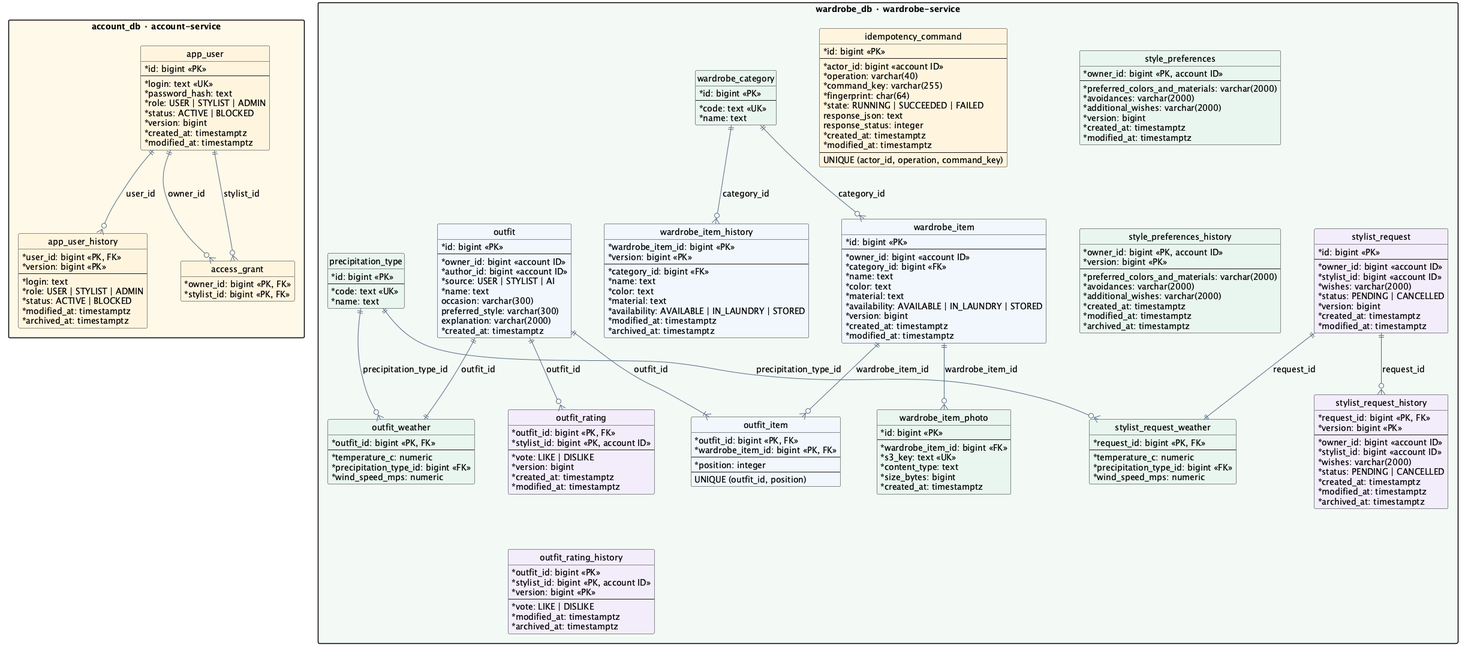
This is docs/lab2/diagrams/data.png from SimeonGor/clothes-advisor, a PlantUML export, as it was before one commit.
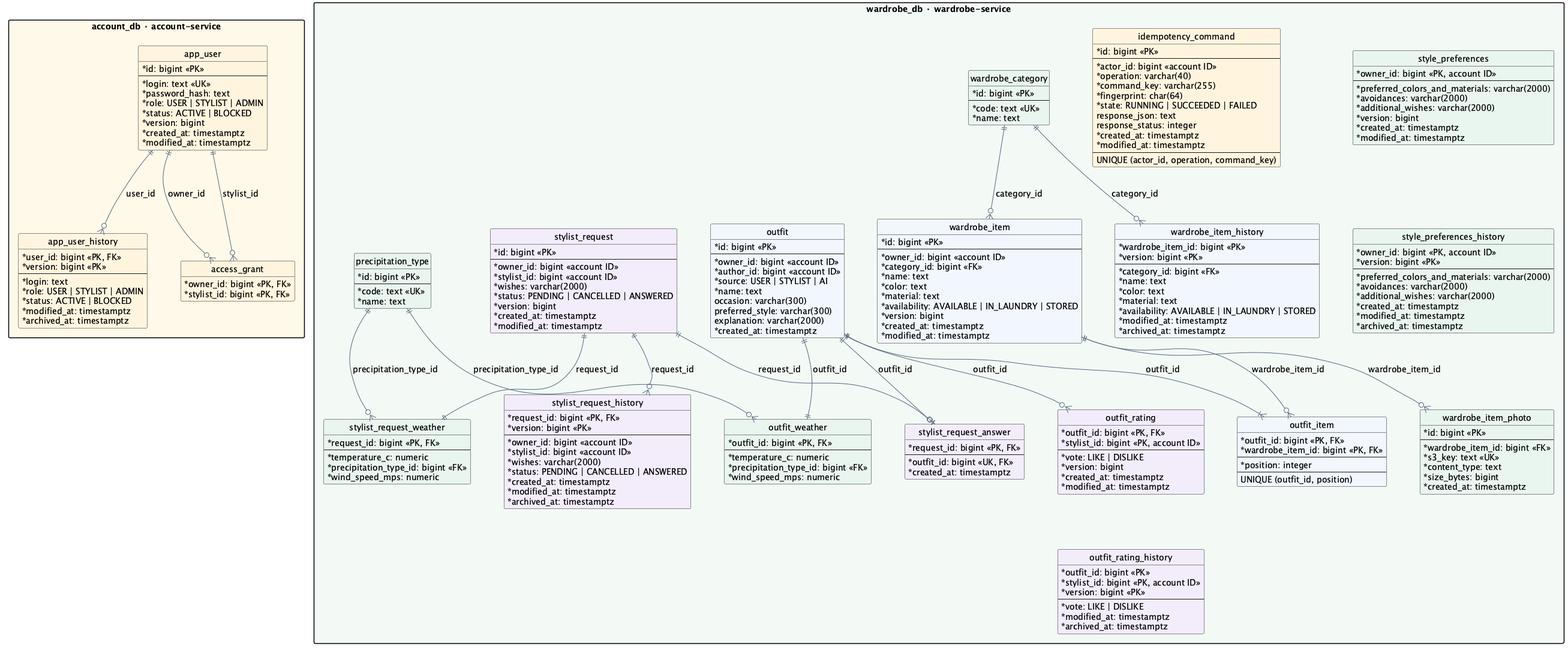
Later version of the same file.

Commit message:
docs(lab2): describe stylist answers and retained outfits

Change to the diagram source:
```diff
@@ -50,7 +50,7 @@
     * owner_id: bigint <<account ID>>
     * stylist_id: bigint <<account ID>>
     * wishes: varchar(2000)
-    * status: PENDING | CANCELLED
+    * status: PENDING | CANCELLED | ANSWERED
     * version: bigint
     * created_at: timestamptz
     * modified_at: timestamptz
@@ -69,10 +69,16 @@
     * owner_id: bigint <<account ID>>
     * stylist_id: bigint <<account ID>>
     * wishes: varchar(2000)
-    * status: PENDING | CANCELLED
+    * status: PENDING | CANCELLED | ANSWERED
     * created_at: timestamptz
     * modified_at: timestamptz
     * archived_at: timestamptz
+  }
+  entity "stylist_request_answer" as request_answer #F2EDFB {
+    * request_id: bigint <<PK, FK>>
+    --
+    * outfit_id: bigint <<UK, FK>>
+    * created_at: timestamptz
   }
   entity "style_preferences" as preferences #E8F5EF {
     * owner_id: bigint <<PK, account ID>>
@@ -211,6 +217,9 @@
   precipitation ||--o{ weather : precipitation_type_id
   stylist_request ||--|| request_weather : request_id
   stylist_request ||--o{ request_history : request_id
+  stylist_request ||--o| request_answer : request_id
+  outfit ||--o| request_answer : outfit_id
+  outfit -[hidden]right-> stylist_request
   precipitation ||--o{ request_weather : precipitation_type_id
   outfit ||--o{ rating : outfit_id
   rating -[hidden]down-> rating_history
```
